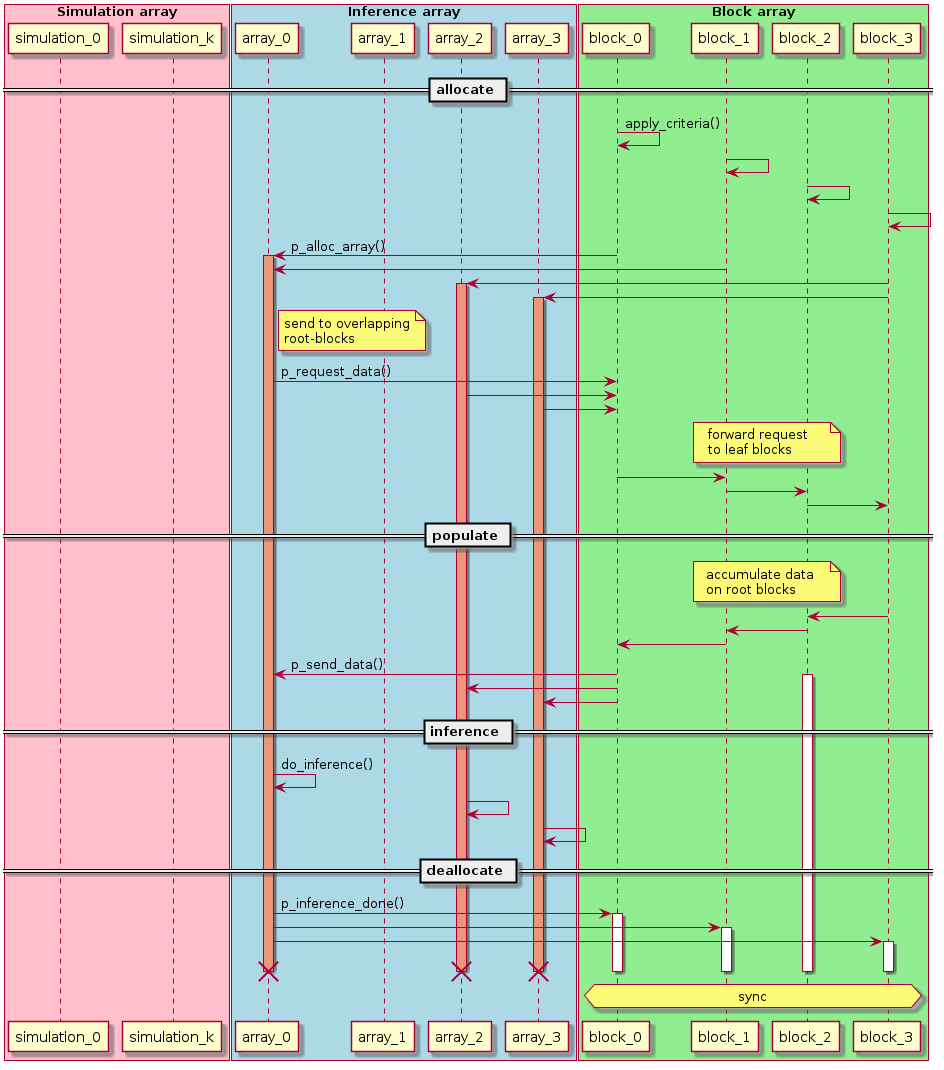
Earlier version of the PlantUML export doc/source/design/inference-array.png (enzo-project/enzo-e).
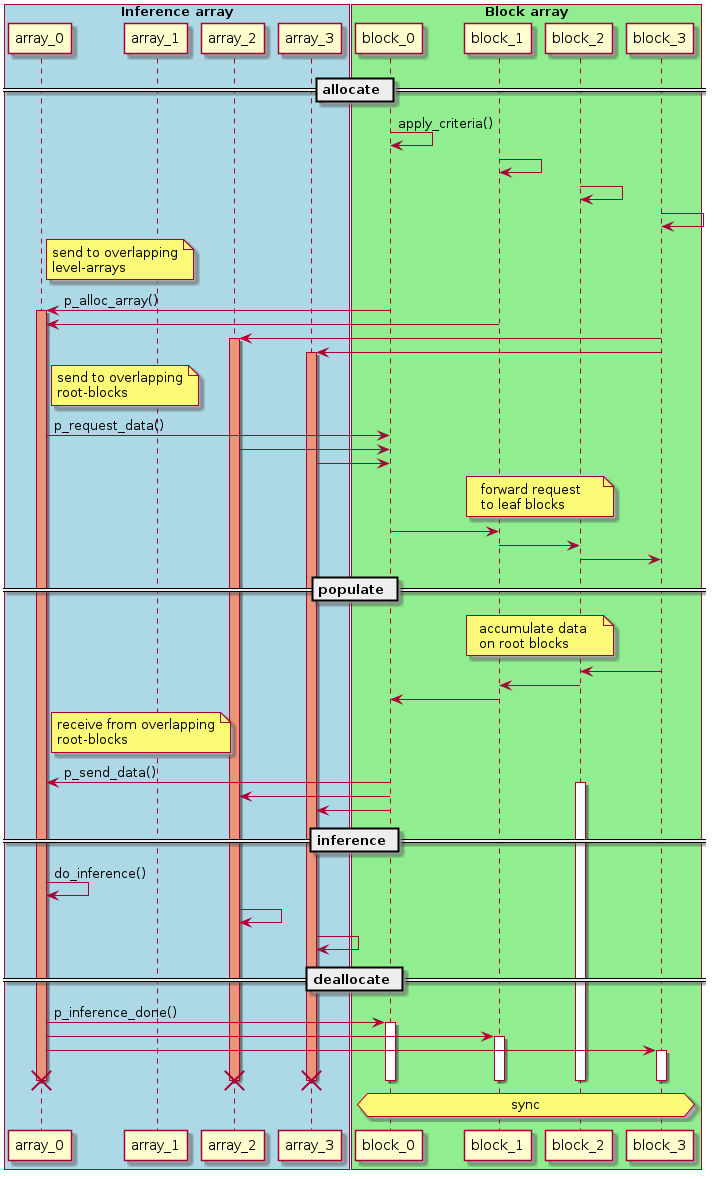
After the commit.

Commit message:
updating inference array uml image

What changed in the source:
```diff
@@ -1,9 +1,4 @@
 @startuml
-
-box "Simulation array" #Pink
-participant simulation_0 as s0
-participant simulation_k as sk
-end box
 
 box "Inference array" #LightBlue
 participant array_0 as a0
@@ -26,6 +21,7 @@
 b2 -> b2
 b3 -> b3
 
+note right a0: send to overlapping\nlevel-arrays
 b0 -> a0 : p_alloc_array()
 activate a0 #DarkSalmon
 b1 -> a0
@@ -51,6 +47,7 @@
 b1 <- b2
 b0 <- b1
 
+note right a0: receive from overlapping\nroot-blocks
 b0 -> a0 : p_send_data()
 
 activate b2
```
